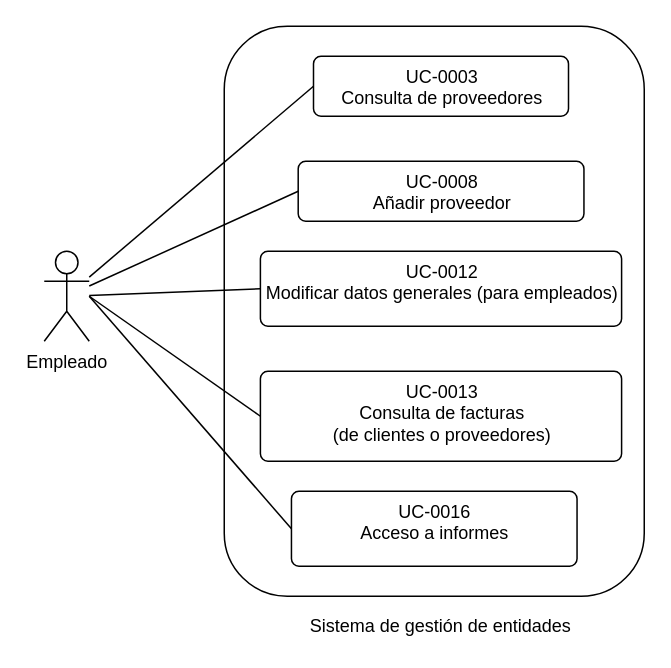
This is page "Page-3" (3 of 4) of diagramas/diagramas de casos de uso/diagramasCasosDeUso.drawio from felipescalera/Proyecto-IR, a draw.io file, before an edit. Source tidied: cells renumbered, new cells numbered last; positions are measured from the earlier drawing's top-left corner, leaving out a move shared by most shapes. Both pictures are drawn from the tidied source at 150%, with x=0, y=0 at pixel (44, 26).
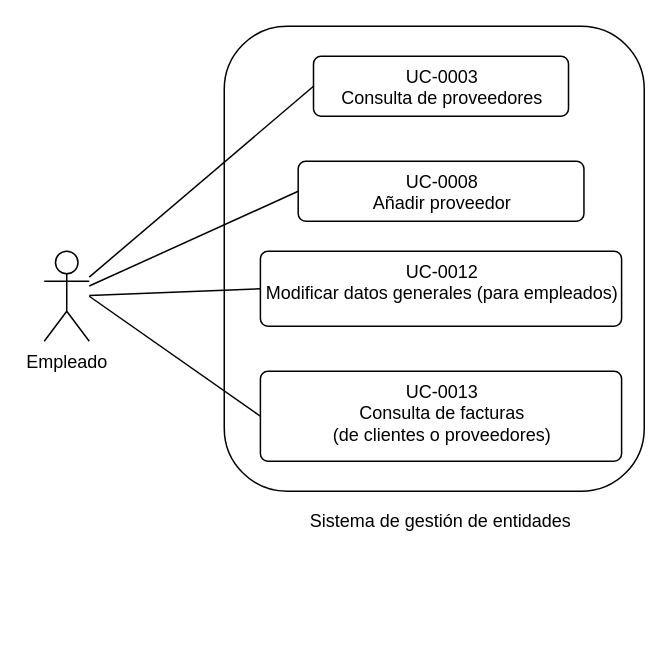
The same diagram, later.

Change to the diagram source:
```diff
@@
 <mxGraphModel>
   <root>
     <mxCell id="0" />
     <mxCell id="1" parent="0" />
     <mxCell id="2" style="rounded=1;whiteSpace=wrap;html=1;" parent="1" vertex="1">
-      <mxGeometry x="120" width="280" height="380" as="geometry" />
+      <mxGeometry x="120" width="280" height="310" as="geometry" />
     </mxCell>
     <mxCell id="3" value="Sistema de gestión de entidades" style="text;html=1;strokeColor=none;fillColor=none;align=center;verticalAlign=middle;whiteSpace=wrap;rounded=0;" parent="1" vertex="1">
-      <mxGeometry x="169.3" y="390" width="190.5" height="20" as="geometry" />
+      <mxGeometry x="169.3" y="320" width="190.5" height="20" as="geometry" />
     </mxCell>
     <mxCell id="4" value="UC-0003&lt;br&gt;Consulta de proveedores" style="html=1;align=center;verticalAlign=top;rounded=1;absoluteArcSize=1;arcSize=10;dashed=0;" parent="1" vertex="1">
       <mxGeometry x="179.5" y="20" width="170" height="40" as="geometry" />
     </mxCell>
     <mxCell id="5" value="UC-0008&lt;br&gt;Añadir proveedor" style="html=1;align=center;verticalAlign=top;rounded=1;absoluteArcSize=1;arcSize=10;dashed=0;" parent="1" vertex="1">
       <mxGeometry x="169.3" y="90" width="190.5" height="40" as="geometry" />
     </mxCell>
     <mxCell id="6" value="UC-0012&lt;br&gt;Modificar datos generales (para empleados)" style="html=1;align=center;verticalAlign=top;rounded=1;absoluteArcSize=1;arcSize=10;dashed=0;" parent="1" vertex="1">
       <mxGeometry x="144.1" y="150" width="240.8" height="50" as="geometry" />
     </mxCell>
     <mxCell id="7" value="UC-0013&lt;br&gt;Consulta de facturas &lt;br&gt;(de clientes o proveedores)" style="html=1;align=center;verticalAlign=top;rounded=1;absoluteArcSize=1;arcSize=10;dashed=0;" parent="1" vertex="1">
       <mxGeometry x="144.1" y="230" width="240.8" height="60" as="geometry" />
     </mxCell>
-    <mxCell id="8" value="UC-0016&lt;br&gt;Acceso a informes" style="html=1;align=center;verticalAlign=top;rounded=1;absoluteArcSize=1;arcSize=10;dashed=0;" parent="1" vertex="1">
-      <mxGeometry x="164.8" y="310" width="190.4" height="50" as="geometry" />
-    </mxCell>
     <mxCell id="9" value="Empleado" style="shape=umlActor;verticalLabelPosition=bottom;verticalAlign=top;html=1;" parent="1" vertex="1">
       <mxGeometry y="150" width="30" height="60" as="geometry" />
     </mxCell>
-    <mxCell id="10" style="endArrow=none;html=1;exitX=0;exitY=0.5;exitDx=0;exitDy=0;" parent="1" edge="1" source="8">
-      <mxGeometry relative="1" as="geometry">
-        <mxPoint x="30" y="180" as="targetPoint" />
-      </mxGeometry>
-    </mxCell>
     <mxCell id="11" style="endArrow=none;html=1;exitX=0;exitY=0.5;exitDx=0;exitDy=0;" parent="1" edge="1" source="7">
       <mxGeometry relative="1" as="geometry">
         <mxPoint x="30" y="180" as="targetPoint" />
       </mxGeometry>
     </mxCell>
     <mxCell id="12" style="endArrow=none;html=1;entryX=0;entryY=0.5;entryDx=0;entryDy=0;" parent="1" edge="1" source="9" target="6">
       <mxGeometry relative="1" as="geometry" />
     </mxCell>
     <mxCell id="13" style="endArrow=none;html=1;entryX=0;entryY=0.5;entryDx=0;entryDy=0;" parent="1" edge="1" source="9" target="5">
       <mxGeometry relative="1" as="geometry" />
     </mxCell>
     <mxCell id="14" style="endArrow=none;html=1;entryX=0;entryY=0.5;entryDx=0;entryDy=0;" parent="1" edge="1" source="9" target="4">
       <mxGeometry relative="1" as="geometry" />
     </mxCell>
   </root>
 </mxGraphModel>
```
